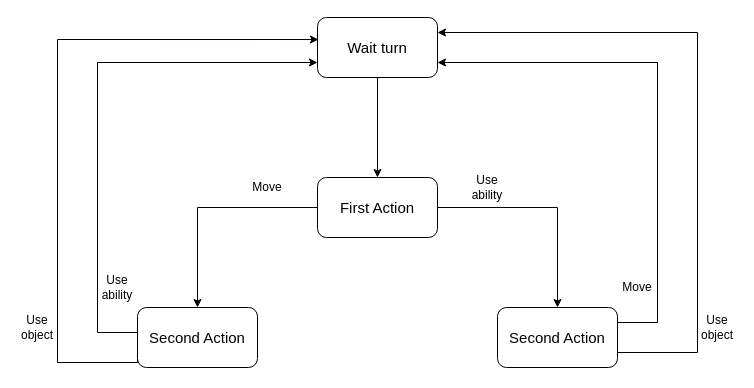
The draw.io diagram Documentation/Diagrams/Enemies_combat_mode.drawio in andreacarrarini/HP_The_Dark_Lady_awakens, before the edit. Source tidied: cells renumbered, new cells numbered last; positions are measured from the earlier drawing's top-left corner, leaving out a move shared by most shapes. Both pictures are drawn from the tidied source at 100%, with x=0, y=0 at pixel (17, 17).
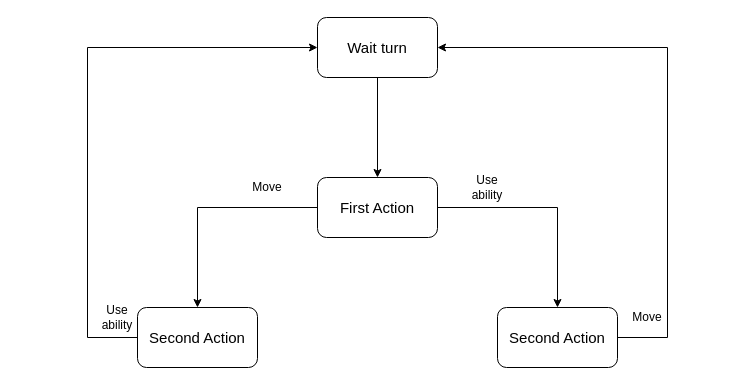
Above is the later version.

The change refers to these unchanged cells:
```xml
<mxCell id="3" value="&lt;font style=&quot;font-size: 15px&quot;&gt;Wait turn&lt;/font&gt;" style="rounded=1;whiteSpace=wrap;html=1;" parent="1" vertex="1">
  <mxGeometry x="300" width="120" height="60" as="geometry" />
</mxCell>
<mxCell id="9" value="&lt;font style=&quot;font-size: 15px&quot;&gt;Second Action&lt;/font&gt;" style="rounded=1;whiteSpace=wrap;html=1;" parent="1" vertex="1">
  <mxGeometry x="480" y="290" width="120" height="60" as="geometry" />
</mxCell>
<mxCell id="12" value="&lt;font style=&quot;font-size: 15px&quot;&gt;Second Action&lt;/font&gt;" style="rounded=1;whiteSpace=wrap;html=1;" parent="1" vertex="1">
  <mxGeometry x="120" y="290" width="120" height="60" as="geometry" />
</mxCell>
```

Diff of the diagram source:
```diff
@@
-    <mxCell id="7" style="edgeStyle=orthogonalEdgeStyle;rounded=0;jettySize=auto;html=1;exitX=1;exitY=0.25;exitDx=0;exitDy=0;entryX=1;entryY=0.75;entryDx=0;entryDy=0;" parent="1" edge="1" source="9" target="3">
-      <mxGeometry relative="1" as="geometry">
-        <Array as="points">
-          <mxPoint x="640" y="305" />
-          <mxPoint x="640" y="45" />
-        </Array>
-      </mxGeometry>
-    </mxCell>
-    <mxCell id="8" style="edgeStyle=orthogonalEdgeStyle;rounded=0;jettySize=auto;html=1;exitX=1;exitY=0.75;exitDx=0;exitDy=0;entryX=1;entryY=0.25;entryDx=0;entryDy=0;" parent="1" edge="1" source="9" target="3">
-      <mxGeometry relative="1" as="geometry">
-        <Array as="points">
-          <mxPoint x="680" y="335" />
-          <mxPoint x="680" y="15" />
-        </Array>
-      </mxGeometry>
-    </mxCell>
+    <mxCell id="19" style="edgeStyle=orthogonalEdgeStyle;rounded=0;jettySize=auto;html=1;exitX=1;exitY=0.5;exitDx=0;exitDy=0;entryX=1;entryY=0.5;entryDx=0;entryDy=0;" parent="1" edge="1" source="9" target="3">
+      <mxGeometry relative="1" as="geometry">
+        <Array as="points">
+          <mxPoint x="650" y="320" />
+          <mxPoint x="650" y="30" />
+        </Array>
+      </mxGeometry>
+    </mxCell>
@@
-    <mxCell id="10" style="edgeStyle=orthogonalEdgeStyle;rounded=0;jettySize=auto;html=1;exitX=0;exitY=0.25;exitDx=0;exitDy=0;entryX=0;entryY=0.75;entryDx=0;entryDy=0;" parent="1" edge="1" source="12" target="3">
-      <mxGeometry relative="1" as="geometry">
-        <Array as="points">
-          <mxPoint x="80" y="315" />
-          <mxPoint x="80" y="45" />
-        </Array>
-      </mxGeometry>
-    </mxCell>
-    <mxCell id="11" style="edgeStyle=orthogonalEdgeStyle;rounded=0;jettySize=auto;html=1;exitX=0;exitY=0.75;exitDx=0;exitDy=0;entryX=0.008;entryY=0.367;entryDx=0;entryDy=0;entryPerimeter=0;" parent="1" edge="1" source="12" target="3">
-      <mxGeometry relative="1" as="geometry">
-        <Array as="points">
-          <mxPoint x="120" y="345" />
-          <mxPoint x="40" y="345" />
-          <mxPoint x="40" y="22" />
-        </Array>
-      </mxGeometry>
-    </mxCell>
+    <mxCell id="20" style="edgeStyle=orthogonalEdgeStyle;rounded=0;jettySize=auto;html=1;exitX=0;exitY=0.5;exitDx=0;exitDy=0;entryX=0;entryY=0.5;entryDx=0;entryDy=0;" parent="1" edge="1" source="12" target="3">
+      <mxGeometry relative="1" as="geometry">
+        <Array as="points">
+          <mxPoint x="70" y="320" />
+          <mxPoint x="70" y="30" />
+        </Array>
+      </mxGeometry>
+    </mxCell>
@@
     <mxCell id="15" value="Use ability" style="text;html=1;strokeColor=none;fillColor=none;align=center;verticalAlign=middle;whiteSpace=wrap;rounded=0;" parent="1" vertex="1">
-      <mxGeometry x="80" y="260" width="40" height="20" as="geometry" />
+      <mxGeometry x="80" y="290" width="40" height="20" as="geometry" />
     </mxCell>
-    <mxCell id="16" value="Use object" style="text;html=1;strokeColor=none;fillColor=none;align=center;verticalAlign=middle;whiteSpace=wrap;rounded=0;" parent="1" vertex="1">
-      <mxGeometry y="300" width="40" height="20" as="geometry" />
-    </mxCell>
-    <mxCell id="17" value="Use object" style="text;html=1;strokeColor=none;fillColor=none;align=center;verticalAlign=middle;whiteSpace=wrap;rounded=0;" parent="1" vertex="1">
-      <mxGeometry x="680" y="300" width="40" height="20" as="geometry" />
-    </mxCell>
     <mxCell id="18" value="Move" style="text;html=1;strokeColor=none;fillColor=none;align=center;verticalAlign=middle;whiteSpace=wrap;rounded=0;" parent="1" vertex="1">
-      <mxGeometry x="600" y="260" width="40" height="20" as="geometry" />
+      <mxGeometry x="610" y="290" width="40" height="20" as="geometry" />
     </mxCell>
```
